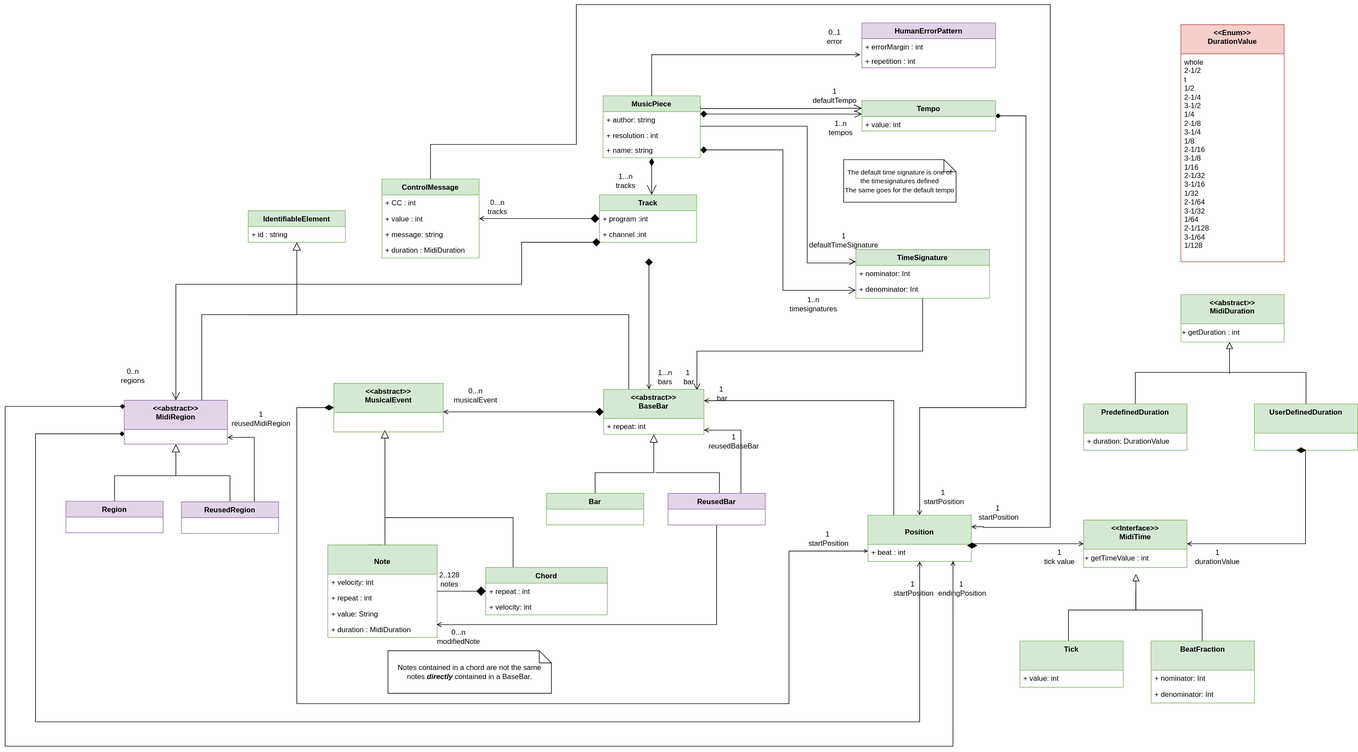
Before: docs/architecture.svg, a diagram exported from draw.io (ImeneYAHIAOUI/MusicML). Source tidied: cells renumbered, new cells last; positions are measured from the earlier drawing's top-left corner, leaving out a move shared by most shapes.
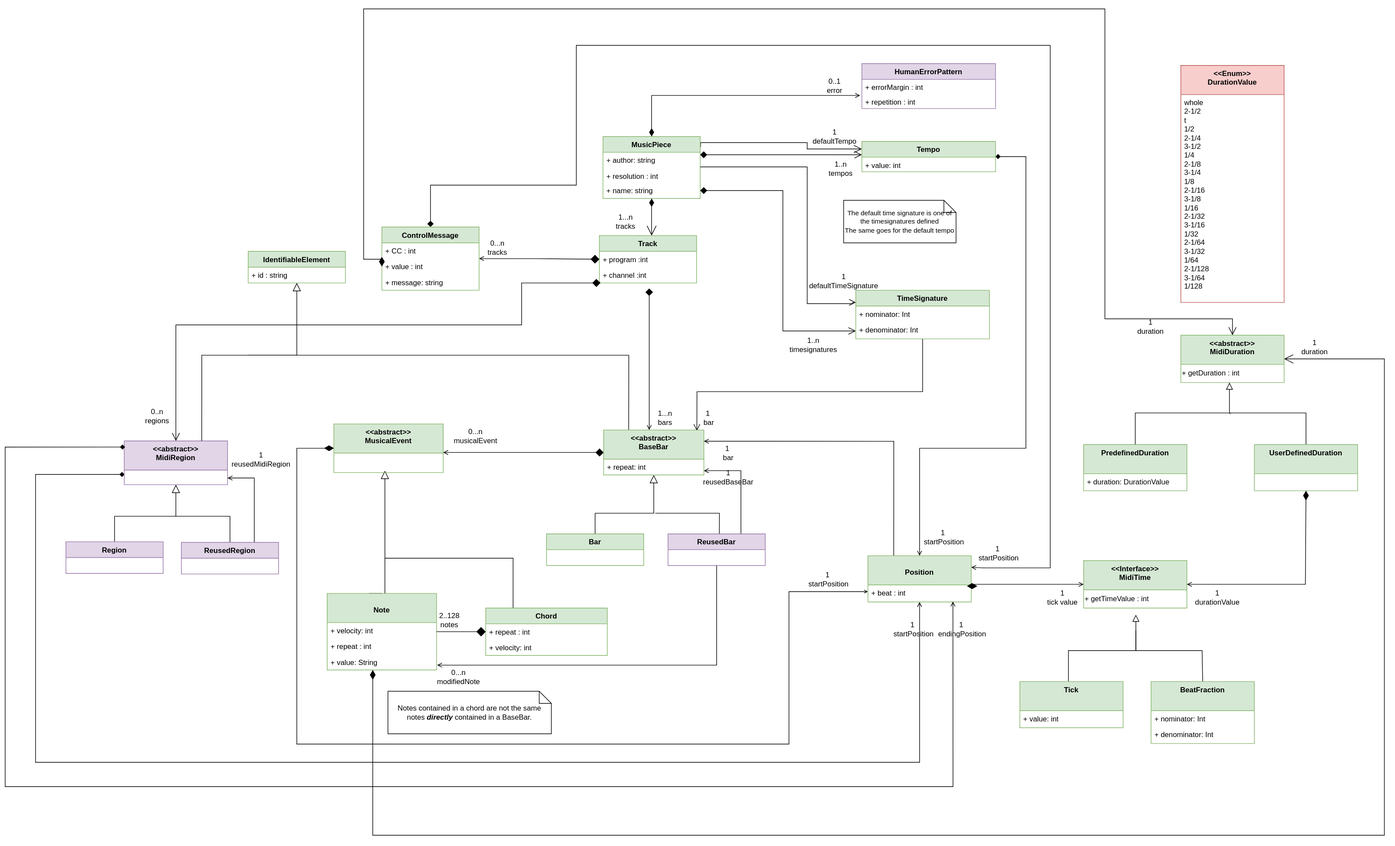
The same diagram one commit later.

Diff of the diagram source:
```diff
@@ -13,7 +13,8 @@
     <mxCell id="3" style="edgeStyle=orthogonalEdgeStyle;rounded=0;jettySize=auto;html=1;exitX=1.003;exitY=0.169;exitDx=0;exitDy=0;entryX=0;entryY=0.25;entryDx=0;entryDy=0;endArrow=open;endFill=0;endSize=11;exitPerimeter=0;" parent="1" edge="1" source="4" target="9">
       <mxGeometry relative="1" as="geometry">
         <Array as="points">
-          <mxPoint x="1144" y="171" />
+          <mxPoint x="1144" y="160" />
+          <mxPoint x="1320" y="160" />
           <mxPoint x="1320" y="171" />
         </Array>
       </mxGeometry>
@@ -97,7 +98,7 @@
       <mxGeometry x="1061" y="593" width="50" height="40" as="geometry" />
     </mxCell>
     <mxCell id="22" value="&lt;div&gt;&lt;br&gt;&lt;/div&gt;&lt;div&gt;Note&lt;/div&gt;" style="swimlane;fontStyle=1;align=center;verticalAlign=top;horizontal=1;startSize=48;whiteSpace=wrap;html=1;fillColor=#d5e8d4;strokeColor=#82b366;" parent="1" vertex="1">
-      <mxGeometry x="531" y="889" width="180" height="152" as="geometry" />
+      <mxGeometry x="530" y="902" width="180" height="126" as="geometry" />
     </mxCell>
     <mxCell id="23" value="+ velocity: int" style="text;align=left;verticalAlign=top;spacingLeft=4;spacingRight=4;overflow=hidden;whiteSpace=wrap;html=1;" parent="22" vertex="1">
       <mxGeometry y="48" width="180" height="26" as="geometry" />
@@ -108,9 +109,6 @@
     <mxCell id="25" value="+ value: String" style="text;align=left;verticalAlign=top;spacingLeft=4;spacingRight=4;overflow=hidden;points=[[0,0.5],[1,0.5]];portConstraint=eastwest;whiteSpace=wrap;html=1;" parent="22" vertex="1">
       <mxGeometry y="100" width="180" height="26" as="geometry" />
     </mxCell>
-    <mxCell id="26" value="+ duration : MidiDuration" style="text;align=left;verticalAlign=top;spacingLeft=4;spacingRight=4;overflow=hidden;whiteSpace=wrap;html=1;" parent="22" vertex="1">
-      <mxGeometry y="126" width="180" height="26" as="geometry" />
-    </mxCell>
     <mxCell id="27" style="edgeStyle=orthogonalEdgeStyle;rounded=0;orthogonalLoop=1;jettySize=auto;html=1;exitX=0.25;exitY=0;exitDx=0;exitDy=0;endArrow=none;endFill=0;" parent="1" edge="1">
       <mxGeometry relative="1" as="geometry">
         <mxPoint x="836" y="926" as="sourcePoint" />
@@ -157,12 +155,12 @@
     <mxCell id="37" style="edgeStyle=orthogonalEdgeStyle;rounded=0;jettySize=auto;html=1;exitX=0.5;exitY=0;exitDx=0;exitDy=0;entryX=0.5;entryY=1;entryDx=0;entryDy=0;endArrow=block;endFill=0;endSize=11;" parent="1" edge="1" source="39" target="41">
       <mxGeometry relative="1" as="geometry" />
     </mxCell>
-    <mxCell id="38" style="edgeStyle=orthogonalEdgeStyle;rounded=0;jettySize=auto;html=1;endArrow=open;endFill=0;startArrow=diamond;startFill=1;startSize=10;exitX=0.51;exitY=1.024;exitDx=0;exitDy=0;exitPerimeter=0;" parent="1" edge="1" target="57">
+    <mxCell id="38" style="edgeStyle=orthogonalEdgeStyle;rounded=0;jettySize=auto;html=1;endArrow=open;endFill=0;startArrow=diamond;startFill=1;startSize=10;" parent="1" edge="1" target="57">
       <mxGeometry relative="1" as="geometry">
-        <mxPoint x="1059.6" y="417.6" as="sourcePoint" />
+        <mxPoint x="1060" y="400" as="sourcePoint" />
         <Array as="points">
-          <mxPoint x="1060" y="450" />
-          <mxPoint x="1060" y="450" />
+          <mxPoint x="1060" y="510" />
+          <mxPoint x="1060" y="510" />
         </Array>
       </mxGeometry>
     </mxCell>
@@ -204,7 +202,7 @@
     <mxCell id="45" style="edgeStyle=orthogonalEdgeStyle;rounded=0;jettySize=auto;html=1;exitX=1;exitY=0.5;exitDx=0;exitDy=0;entryX=0;entryY=0.5;entryDx=0;entryDy=0;endArrow=diamond;endFill=1;endSize=12;startArrow=open;startFill=0;" parent="1" edge="1" source="47" target="16">
       <mxGeometry relative="1" as="geometry" />
     </mxCell>
-    <mxCell id="46" style="edgeStyle=orthogonalEdgeStyle;rounded=0;jettySize=auto;html=1;entryX=1;entryY=0.25;entryDx=0;entryDy=0;endArrow=open;endFill=0;" parent="1" edge="1" source="47" target="93">
+    <mxCell id="46" style="edgeStyle=orthogonalEdgeStyle;rounded=0;jettySize=auto;html=1;entryX=1;entryY=0.25;entryDx=0;entryDy=0;endArrow=open;endFill=0;startArrow=diamond;startFill=1;startSize=8;" parent="1" edge="1" source="47" target="93">
       <mxGeometry relative="1" as="geometry">
         <Array as="points">
           <mxPoint x="700" y="230" />
@@ -217,7 +215,7 @@
       </mxGeometry>
     </mxCell>
     <mxCell id="47" value="ControlMessage" style="swimlane;fontStyle=1;align=center;verticalAlign=top;horizontal=1;startSize=26;whiteSpace=wrap;html=1;fillColor=#d5e8d4;strokeColor=#82b366;" parent="1" vertex="1">
-      <mxGeometry x="620" y="287" width="160" height="130" as="geometry" />
+      <mxGeometry x="620" y="299" width="160" height="104" as="geometry" />
     </mxCell>
     <mxCell id="48" value="+ CC : int" style="text;align=left;verticalAlign=top;spacingLeft=4;spacingRight=4;overflow=hidden;whiteSpace=wrap;html=1;" parent="47" vertex="1">
       <mxGeometry y="26" width="160" height="26" as="geometry" />
@@ -228,9 +226,6 @@
     <mxCell id="50" value="+ message: string" style="text;align=left;verticalAlign=top;spacingLeft=4;spacingRight=4;overflow=hidden;whiteSpace=wrap;html=1;" parent="47" vertex="1">
       <mxGeometry y="78" width="160" height="26" as="geometry" />
     </mxCell>
-    <mxCell id="51" value="+ duration : MidiDuration" style="text;align=left;verticalAlign=top;spacingLeft=4;spacingRight=4;overflow=hidden;whiteSpace=wrap;html=1;" parent="47" vertex="1">
-      <mxGeometry y="104" width="160" height="26" as="geometry" />
-    </mxCell>
     <mxCell id="52" value="&lt;div&gt;&amp;lt;&amp;lt;abstract&amp;gt;&amp;gt;&lt;/div&gt;&lt;div&gt;MusicalEvent&lt;/div&gt;" style="swimlane;fontStyle=1;align=center;verticalAlign=top;horizontal=1;startSize=48;whiteSpace=wrap;html=1;fillColor=#d5e8d4;strokeColor=#82b366;" parent="1" vertex="1">
       <mxGeometry x="541" y="623" width="180" height="80" as="geometry" />
     </mxCell>
@@ -299,7 +294,7 @@
       <mxGeometry x="1091" y="804" width="160" height="52" as="geometry" />
     </mxCell>
     <mxCell id="63" value="&lt;br&gt;&lt;div&gt;0..n&lt;/div&gt;&lt;div&gt;regions&lt;br&gt;&lt;/div&gt;" style="text;html=1;align=center;verticalAlign=middle;strokeColor=none;fillColor=none;" parent="1" vertex="1">
-      <mxGeometry x="180" y="574" width="60" height="60" as="geometry" />
+      <mxGeometry x="220" y="573" width="60" height="60" as="geometry" />
     </mxCell>
     <mxCell id="64" value="&lt;div&gt;0...n&lt;/div&gt;&lt;div&gt;musicalEvent&lt;br&gt;&lt;/div&gt;" style="text;html=1;align=center;verticalAlign=middle;" parent="1" vertex="1">
       <mxGeometry x="729" y="623" width="90" height="40" as="geometry" />
@@ -388,7 +383,7 @@
       <mxGeometry x="361" y="662" width="120" height="40" as="geometry" />
     </mxCell>
     <mxCell id="82" value="&lt;div&gt;1&lt;/div&gt;&lt;div&gt;reusedBaseBar&lt;br&gt;&lt;/div&gt;" style="text;html=1;align=center;verticalAlign=middle;" parent="1" vertex="1">
-      <mxGeometry x="1144" y="699" width="110" height="40" as="geometry" />
+      <mxGeometry x="1135" y="691" width="110" height="40" as="geometry" />
     </mxCell>
     <mxCell id="83" value="&lt;div&gt;0...n&lt;/div&gt;&lt;div&gt;modifiedNote&lt;br&gt;&lt;/div&gt;" style="text;html=1;align=center;verticalAlign=middle;" parent="1" vertex="1">
       <mxGeometry x="701" y="1020" width="90" height="40" as="geometry" />
@@ -414,7 +409,7 @@
       <mxGeometry x="1380" y="255" width="185" height="70" as="geometry" />
     </mxCell>
     <mxCell id="89" value="&lt;div&gt;1&amp;nbsp;&lt;/div&gt;&lt;div&gt;bar&lt;/div&gt;" style="text;html=1;align=center;verticalAlign=middle;" parent="1" vertex="1">
-      <mxGeometry x="1105" y="593" width="40" height="40" as="geometry" />
+      <mxGeometry x="1138" y="593" width="40" height="40" as="geometry" />
     </mxCell>
     <mxCell id="90" value="&lt;div&gt;1&amp;nbsp;&lt;/div&gt;&lt;div&gt;startPosition&lt;br&gt;&lt;/div&gt;" style="text;html=1;align=center;verticalAlign=middle;" parent="1" vertex="1">
       <mxGeometry x="1500" y="790" width="90" height="40" as="geometry" />
@@ -439,6 +434,18 @@
     <mxCell id="94" value="+ beat : int" style="text;align=left;verticalAlign=top;spacingLeft=4;spacingRight=4;overflow=hidden;whiteSpace=wrap;html=1;" parent="93" vertex="1">
       <mxGeometry y="48" width="170" height="28" as="geometry" />
     </mxCell>
+    <mxCell id="116" style="edgeStyle=orthogonalEdgeStyle;rounded=0;jettySize=auto;html=1;exitX=0.5;exitY=0;exitDx=0;exitDy=0;entryX=0;entryY=0.5;entryDx=0;entryDy=0;endArrow=diamondThin;endFill=1;endSize=13;startArrow=open;startFill=0;startSize=11;" parent="1" edge="1" source="95" target="49">
+      <mxGeometry relative="1" as="geometry">
+        <Array as="points">
+          <mxPoint x="2020" y="450" />
+          <mxPoint x="1810" y="450" />
+          <mxPoint x="1810" y="-60" />
+          <mxPoint x="590" y="-60" />
+          <mxPoint x="590" y="352" />
+          <mxPoint x="620" y="352" />
+        </Array>
+      </mxGeometry>
+    </mxCell>
     <mxCell id="95" value="&lt;div&gt;&amp;lt;&amp;lt;abstract&amp;gt;&amp;gt;&lt;/div&gt;&lt;div&gt;MidiDuration&lt;/div&gt;" style="swimlane;fontStyle=1;align=center;verticalAlign=top;horizontal=1;startSize=48;whiteSpace=wrap;html=1;fillColor=#d5e8d4;strokeColor=#82b366;" parent="1" vertex="1">
       <mxGeometry x="1935" y="477" width="170" height="78" as="geometry" />
     </mxCell>
@@ -465,7 +472,7 @@
       <mxGeometry x="1310" y="859" width="90" height="40" as="geometry" />
     </mxCell>
     <mxCell id="101" value="&lt;div&gt;1&amp;nbsp;&lt;/div&gt;&lt;div&gt;bar&lt;/div&gt;" style="text;html=1;align=center;verticalAlign=middle;" parent="1" vertex="1">
-      <mxGeometry x="1160" y="620" width="40" height="40" as="geometry" />
+      <mxGeometry x="1170" y="651" width="40" height="40" as="geometry" />
     </mxCell>
     <mxCell id="102" value="HumanErrorPattern" style="swimlane;fontStyle=1;align=center;verticalAlign=top;horizontal=1;startSize=26;whiteSpace=wrap;html=1;fillColor=#e1d5e7;strokeColor=#9673a6;" parent="1" vertex="1">
       <mxGeometry x="1410" y="30" width="220" height="74" as="geometry" />
@@ -476,11 +483,11 @@
     <mxCell id="104" value="+ repetition : int" style="text;align=left;verticalAlign=top;spacingLeft=4;spacingRight=4;overflow=hidden;points=[[0,0.5],[1,0.5]];portConstraint=eastwest;whiteSpace=wrap;html=1;" parent="102" vertex="1">
       <mxGeometry y="50" width="220" height="24" as="geometry" />
     </mxCell>
-    <mxCell id="105" style="edgeStyle=orthogonalEdgeStyle;rounded=0;jettySize=auto;html=1;exitX=0.5;exitY=0;exitDx=0;exitDy=0;entryX=-0.013;entryY=0.101;entryDx=0;entryDy=0;entryPerimeter=0;endArrow=open;endFill=0;" parent="1" edge="1" source="4" target="104">
+    <mxCell id="105" style="edgeStyle=orthogonalEdgeStyle;rounded=0;jettySize=auto;html=1;exitX=0.5;exitY=0;exitDx=0;exitDy=0;entryX=-0.013;entryY=0.101;entryDx=0;entryDy=0;entryPerimeter=0;endArrow=open;endFill=0;startArrow=diamondThin;startFill=1;startSize=11;" parent="1" edge="1" source="4" target="104">
       <mxGeometry relative="1" as="geometry" />
     </mxCell>
     <mxCell id="106" value="&lt;div&gt;0..1&lt;br&gt;&lt;/div&gt;&lt;div&gt;error&lt;br&gt;&lt;/div&gt;" style="text;html=1;align=center;verticalAlign=middle;" parent="1" vertex="1">
-      <mxGeometry x="1340" y="33" width="50" height="40" as="geometry" />
+      <mxGeometry x="1340" y="47" width="50" height="40" as="geometry" />
     </mxCell>
     <mxCell id="107" style="edgeStyle=orthogonalEdgeStyle;rounded=0;jettySize=auto;html=1;exitX=0.008;exitY=0.14;exitDx=0;exitDy=0;endArrow=open;endFill=0;exitPerimeter=0;startArrow=diamond;startFill=1;entryX=0.823;entryY=1.082;entryDx=0;entryDy=0;entryPerimeter=0;" parent="1" edge="1" source="41">
       <mxGeometry relative="1" as="geometry">
@@ -518,7 +525,7 @@
       </mxGeometry>
     </mxCell>
     <mxCell id="113" value="&lt;div&gt;1&lt;/div&gt;&lt;div&gt;tick value&lt;br&gt;&lt;/div&gt;" style="text;html=1;align=center;verticalAlign=middle;" parent="1" vertex="1">
-      <mxGeometry x="1700" y="889" width="70" height="40" as="geometry" />
+      <mxGeometry x="1705" y="889" width="70" height="40" as="geometry" />
     </mxCell>
     <mxCell id="114" value="&lt;div&gt;1&lt;/div&gt;&lt;div&gt;durationValue&lt;br&gt;&lt;/div&gt;" style="text;html=1;align=center;verticalAlign=middle;" parent="1" vertex="1">
       <mxGeometry x="1945" y="889" width="100" height="40" as="geometry" />
@@ -526,5 +533,20 @@
     <mxCell id="115" value="&lt;div&gt;1&lt;/div&gt;&lt;div&gt;defaultTempo&lt;br&gt;&lt;/div&gt;" style="text;html=1;align=center;verticalAlign=middle;" parent="1" vertex="1">
       <mxGeometry x="1315" y="130" width="100" height="40" as="geometry" />
     </mxCell>
+    <mxCell id="117" style="edgeStyle=orthogonalEdgeStyle;rounded=0;jettySize=auto;html=1;exitX=1;exitY=0.5;exitDx=0;exitDy=0;startArrow=open;startFill=0;startSize=13;endSize=13;endArrow=diamondThin;endFill=1;" parent="1" edge="1" source="95" target="25">
+      <mxGeometry relative="1" as="geometry">
+        <Array as="points">
+          <mxPoint x="2270" y="516" />
+          <mxPoint x="2270" y="1300" />
+          <mxPoint x="605" y="1300" />
+        </Array>
+      </mxGeometry>
+    </mxCell>
+    <mxCell id="118" value="&lt;div&gt;1&lt;/div&gt;&lt;div&gt;duration&lt;/div&gt;" style="text;html=1;align=center;verticalAlign=middle;" parent="1" vertex="1">
+      <mxGeometry x="1850" y="443" width="70" height="40" as="geometry" />
+    </mxCell>
+    <mxCell id="119" value="&lt;div&gt;1&lt;/div&gt;&lt;div&gt;duration&lt;/div&gt;" style="text;html=1;align=center;verticalAlign=middle;" parent="1" vertex="1">
+      <mxGeometry x="2120" y="477" width="70" height="40" as="geometry" />
+    </mxCell>
   </root>
 </mxGraphModel>
```
